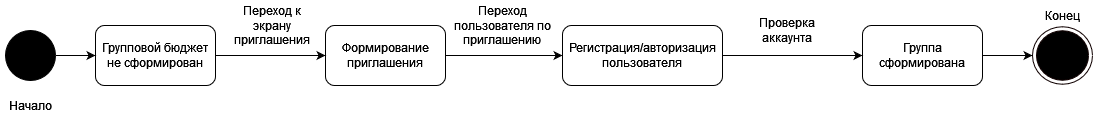
This is documentation/diagrams/Statechart_diagram_group.png from money-pie/moneypie, a draw.io export, as it was before one commit. Source tidied: cells renumbered, new cells last; positions are measured from the earlier drawing's top-left corner, leaving out a move shared by most shapes.
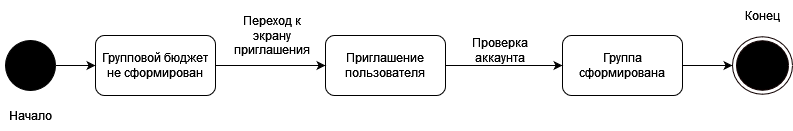
Above is the later version.

Diff of the diagram source:
```diff
@@ -11,20 +11,17 @@
     <mxCell id="4" value="Групповой бюджет не сформирован" style="rounded=1;whiteSpace=wrap;html=1;" parent="1" vertex="1">
       <mxGeometry x="95" y="25" width="120" height="60" as="geometry" />
     </mxCell>
-    <mxCell id="5" style="edgeStyle=orthogonalEdgeStyle;rounded=0;jettySize=auto;html=1;exitX=1;exitY=0.5;exitDx=0;exitDy=0;entryX=0;entryY=0.5;entryDx=0;entryDy=0;" parent="1" edge="1" source="6" target="16">
-      <mxGeometry relative="1" as="geometry" />
-    </mxCell>
-    <mxCell id="6" value="Формирование приглашения" style="rounded=1;whiteSpace=wrap;html=1;" parent="1" vertex="1">
+    <mxCell id="6" value="Приглашение пользователя" style="rounded=1;whiteSpace=wrap;html=1;" parent="1" vertex="1">
       <mxGeometry x="325" y="25" width="120" height="60" as="geometry" />
     </mxCell>
     <mxCell id="7" value="Группа сформирована" style="rounded=1;whiteSpace=wrap;html=1;" parent="1" vertex="1">
-      <mxGeometry x="862" y="25" width="120" height="60" as="geometry" />
+      <mxGeometry x="562" y="25" width="120" height="60" as="geometry" />
     </mxCell>
     <mxCell id="8" style="ellipse;html=1;shape=endState;fillColor=#000000;strokeColor=#0F0000;" parent="1" vertex="1">
-      <mxGeometry x="1032" y="26.2" width="60" height="57.5" as="geometry" />
+      <mxGeometry x="732" y="26.2" width="60" height="57.5" as="geometry" />
     </mxCell>
     <mxCell id="9" value="Конец" style="text;html=1;strokeColor=none;fillColor=none;align=center;verticalAlign=middle;whiteSpace=wrap;rounded=0;" parent="1" vertex="1">
-      <mxGeometry x="1032" width="60" height="30" as="geometry" />
+      <mxGeometry x="732" y="-10" width="60" height="30" as="geometry" />
     </mxCell>
     <mxCell id="10" style="endArrow=classic;html=1;rounded=0;exitX=1;exitY=0.5;exitDx=0;exitDy=0;entryX=0;entryY=0.5;entryDx=0;entryDy=0;" parent="1" edge="1" source="2" target="4">
       <mxGeometry relative="1" as="geometry" />
@@ -32,23 +29,17 @@
     <mxCell id="11" style="endArrow=classic;html=1;rounded=0;exitX=1;exitY=0.5;exitDx=0;exitDy=0;entryX=0;entryY=0.5;entryDx=0;entryDy=0;" parent="1" edge="1" source="4" target="6">
       <mxGeometry relative="1" as="geometry" />
     </mxCell>
-    <mxCell id="12" value="Переход пользователя по приглашению" style="text;html=1;strokeColor=none;fillColor=none;align=center;verticalAlign=middle;whiteSpace=wrap;rounded=0;" parent="1" vertex="1">
-      <mxGeometry x="452" y="10" width="100" height="30" as="geometry" />
-    </mxCell>
     <mxCell id="13" style="endArrow=classic;html=1;rounded=0;exitX=1;exitY=0.5;exitDx=0;exitDy=0;entryX=0;entryY=0.5;entryDx=0;entryDy=0;" parent="1" edge="1" source="7" target="8">
       <mxGeometry relative="1" as="geometry" />
     </mxCell>
     <mxCell id="14" value="Переход к экрану приглашения" style="text;html=1;strokeColor=none;fillColor=none;align=center;verticalAlign=middle;whiteSpace=wrap;rounded=0;" parent="1" vertex="1">
       <mxGeometry x="222" y="10" width="100" height="30" as="geometry" />
     </mxCell>
-    <mxCell id="15" style="edgeStyle=orthogonalEdgeStyle;rounded=0;jettySize=auto;html=1;exitX=1;exitY=0.5;exitDx=0;exitDy=0;entryX=0;entryY=0.5;entryDx=0;entryDy=0;" parent="1" edge="1" source="16" target="7">
+    <mxCell id="15" style="edgeStyle=orthogonalEdgeStyle;rounded=0;jettySize=auto;html=1;entryX=0;entryY=0.5;entryDx=0;entryDy=0;" parent="1" edge="1" source="6" target="7">
       <mxGeometry relative="1" as="geometry" />
     </mxCell>
-    <mxCell id="16" value="Регистрация/авторизация пользователя" style="rounded=1;whiteSpace=wrap;html=1;" parent="1" vertex="1">
-      <mxGeometry x="562" y="25" width="160" height="60" as="geometry" />
-    </mxCell>
     <mxCell id="17" value="Проверка аккаунта" style="text;html=1;strokeColor=none;fillColor=none;align=center;verticalAlign=middle;whiteSpace=wrap;rounded=0;" parent="1" vertex="1">
-      <mxGeometry x="732" y="10" width="110" height="40" as="geometry" />
+      <mxGeometry x="445" y="20" width="110" height="40" as="geometry" />
     </mxCell>
   </root>
 </mxGraphModel>
```
